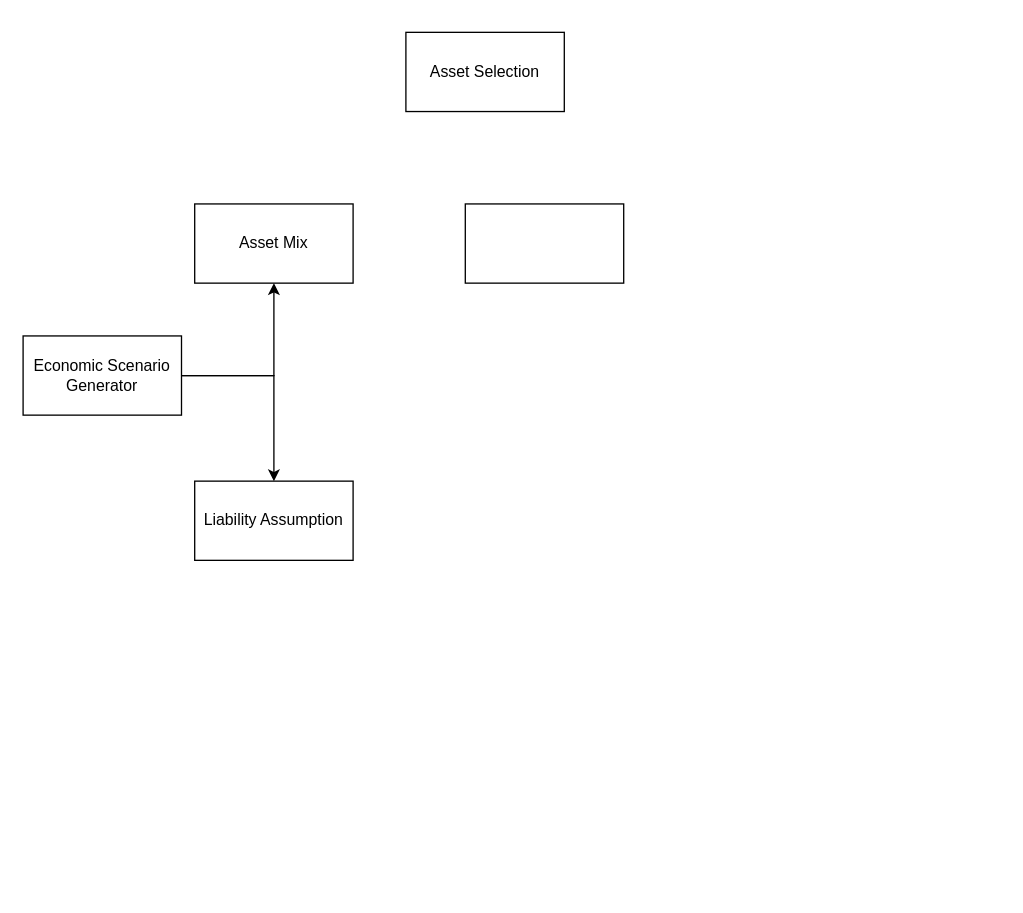
The draw.io diagram ALM_AssetAllocation.drawio in cshen28/reinforcement-learning-an-introduction, before the edit. Source tidied: cells renumbered, new cells numbered last; positions are measured from the earlier drawing's top-left corner, leaving out a move shared by most shapes. Both pictures are drawn from the tidied source at 132%, with x=0, y=0 at pixel (22, 32).
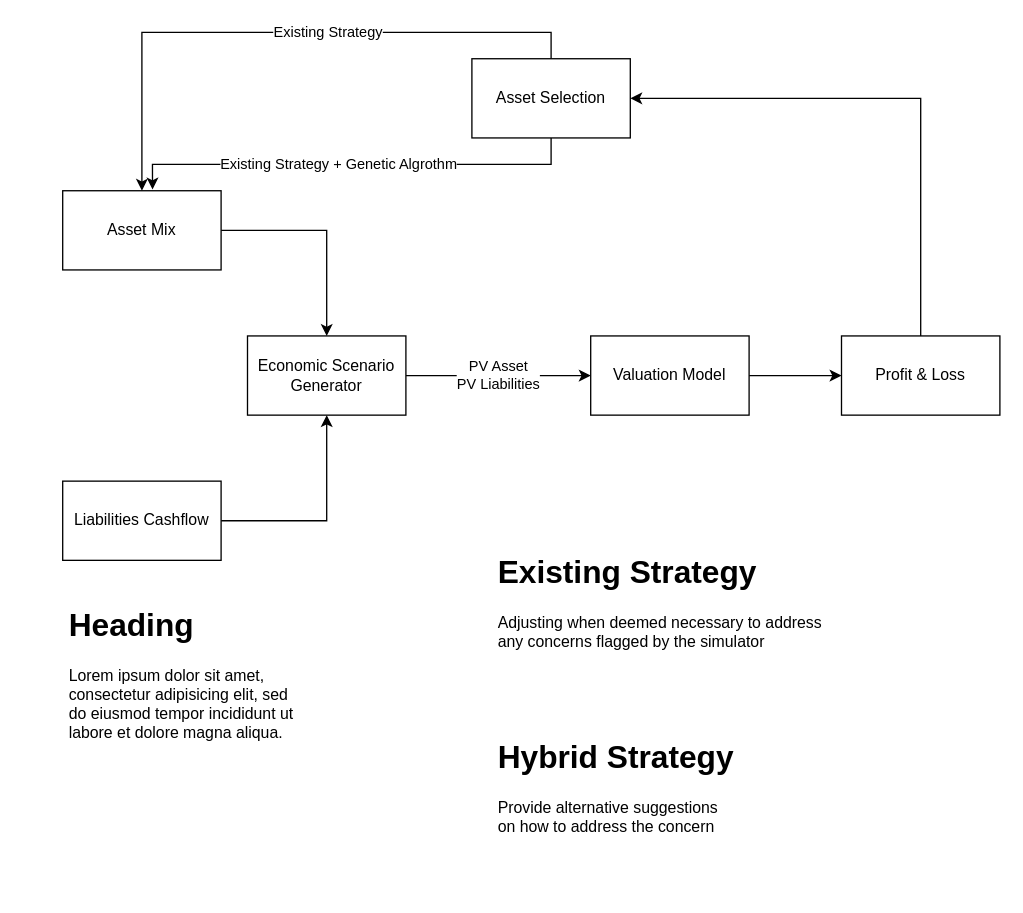
The same page after the edit.

What changed in the source:
```diff
@@
-    <mxCell id="2" style="edgeStyle=orthogonalEdgeStyle;rounded=0;jettySize=auto;html=1;" parent="1" edge="1" source="4" target="6">
-      <mxGeometry relative="1" as="geometry" />
-    </mxCell>
-    <mxCell id="3" style="edgeStyle=orthogonalEdgeStyle;rounded=0;jettySize=auto;html=1;" parent="1" edge="1" source="4" target="5">
-      <mxGeometry relative="1" as="geometry" />
-    </mxCell>
+    <mxCell id="9" value="PV Asset&lt;br&gt;PV Liabilities" style="edgeStyle=orthogonalEdgeStyle;rounded=0;jettySize=auto;html=1;" parent="1" edge="1" source="4" target="8">
+      <mxGeometry relative="1" as="geometry" />
+    </mxCell>
     <mxCell id="4" value="Economic Scenario Generator" style="rounded=0;whiteSpace=wrap;html=1;" parent="1" vertex="1">
-      <mxGeometry y="230" width="120" height="60" as="geometry" />
+      <mxGeometry x="170" y="230" width="120" height="60" as="geometry" />
     </mxCell>
+    <mxCell id="10" style="edgeStyle=orthogonalEdgeStyle;rounded=0;jettySize=auto;html=1;entryX=0.5;entryY=1;entryDx=0;entryDy=0;" parent="1" edge="1" source="5" target="4">
+      <mxGeometry relative="1" as="geometry" />
+    </mxCell>
-    <mxCell id="5" value="Liability Assumption" style="rounded=0;whiteSpace=wrap;html=1;" parent="1" vertex="1">
-      <mxGeometry x="130" y="340" width="120" height="60" as="geometry" />
+    <mxCell id="5" value="Liabilities Cashflow" style="rounded=0;whiteSpace=wrap;html=1;" parent="1" vertex="1">
+      <mxGeometry x="30" y="340" width="120" height="60" as="geometry" />
     </mxCell>
+    <mxCell id="11" style="edgeStyle=orthogonalEdgeStyle;rounded=0;jettySize=auto;html=1;entryX=0.5;entryY=0;entryDx=0;entryDy=0;" parent="1" edge="1" source="6" target="4">
+      <mxGeometry relative="1" as="geometry" />
+    </mxCell>
     <mxCell id="6" value="Asset Mix" style="rounded=0;whiteSpace=wrap;html=1;" parent="1" vertex="1">
-      <mxGeometry x="130" y="130" width="120" height="60" as="geometry" />
+      <mxGeometry x="30" y="120" width="120" height="60" as="geometry" />
     </mxCell>
+    <mxCell id="12" value="Existing Strategy" style="edgeStyle=orthogonalEdgeStyle;rounded=0;jettySize=auto;html=1;entryX=0.5;entryY=0;entryDx=0;entryDy=0;" parent="1" edge="1" source="7" target="6">
+      <mxGeometry x="-0.16" relative="1" as="geometry">
+        <Array as="points">
+          <mxPoint x="400" />
+          <mxPoint x="90" />
+        </Array>
+      </mxGeometry>
+    </mxCell>
+    <mxCell id="13" value="Existing Strategy + Genetic Algrothm" style="edgeStyle=orthogonalEdgeStyle;rounded=0;jettySize=auto;html=1;entryX=0.567;entryY=-0.017;entryDx=0;entryDy=0;entryPerimeter=0;exitX=0.5;exitY=1;exitDx=0;exitDy=0;" parent="1" edge="1" source="7" target="6">
+      <mxGeometry x="0.06" relative="1" as="geometry" />
+    </mxCell>
     <mxCell id="7" value="Asset Selection" style="rounded=0;whiteSpace=wrap;html=1;" parent="1" vertex="1">
-      <mxGeometry x="290" width="120" height="60" as="geometry" />
+      <mxGeometry x="340" y="20" width="120" height="60" as="geometry" />
     </mxCell>
+    <mxCell id="14" style="edgeStyle=orthogonalEdgeStyle;rounded=0;jettySize=auto;html=1;entryX=0;entryY=0.5;entryDx=0;entryDy=0;" parent="1" edge="1" source="8" target="17">
+      <mxGeometry relative="1" as="geometry" />
+    </mxCell>
-    <mxCell id="8" style="rounded=0;whiteSpace=wrap;html=1;" parent="1" vertex="1">
-      <mxGeometry x="335" y="130" width="120" height="60" as="geometry" />
+    <mxCell id="8" value="Valuation Model" style="rounded=0;whiteSpace=wrap;html=1;" parent="1" vertex="1">
+      <mxGeometry x="430" y="230" width="120" height="60" as="geometry" />
     </mxCell>
+    <mxCell id="15" style="edgeStyle=orthogonalEdgeStyle;rounded=0;orthogonalLoop=1;jettySize=auto;html=1;" parent="1" edge="1">
+      <mxGeometry relative="1" as="geometry">
+        <mxPoint x="645" y="252" as="sourcePoint" />
+      </mxGeometry>
+    </mxCell>
+    <mxCell id="16" style="edgeStyle=orthogonalEdgeStyle;rounded=0;jettySize=auto;html=1;entryX=1;entryY=0.5;entryDx=0;entryDy=0;" parent="1" edge="1" source="17" target="7">
+      <mxGeometry relative="1" as="geometry">
+        <Array as="points">
+          <mxPoint x="680" y="50" />
+        </Array>
+      </mxGeometry>
+    </mxCell>
+    <mxCell id="17" value="Profit &amp;amp; Loss" style="rounded=0;whiteSpace=wrap;html=1;" parent="1" vertex="1">
+      <mxGeometry x="620" y="230" width="120" height="60" as="geometry" />
+    </mxCell>
+    <mxCell id="18" value="&lt;h1&gt;Existing Strategy&lt;/h1&gt;&lt;p&gt;Adjusting when deemed necessary to address any concerns flagged by the simulator&lt;/p&gt;" style="text;html=1;strokeColor=none;fillColor=none;spacing=5;spacingTop=-20;whiteSpace=wrap;overflow=hidden;rounded=0;" parent="1" vertex="1">
+      <mxGeometry x="355" y="390" width="270" height="120" as="geometry" />
+    </mxCell>
+    <mxCell id="19" value="&lt;h1&gt;Hybrid Strategy&lt;/h1&gt;&lt;p&gt;Provide alternative suggestions on how to address the concern&lt;/p&gt;" style="text;html=1;strokeColor=none;fillColor=none;spacing=5;spacingTop=-20;whiteSpace=wrap;overflow=hidden;rounded=0;" parent="1" vertex="1">
+      <mxGeometry x="355" y="530" width="190" height="120" as="geometry" />
+    </mxCell>
+    <mxCell id="20" value="&lt;h1&gt;Heading&lt;/h1&gt;&lt;p&gt;Lorem ipsum dolor sit amet, consectetur adipisicing elit, sed do eiusmod tempor incididunt ut labore et dolore magna aliqua.&lt;/p&gt;" style="text;html=1;strokeColor=none;fillColor=none;spacing=5;spacingTop=-20;whiteSpace=wrap;overflow=hidden;rounded=0;" parent="1" vertex="1">
+      <mxGeometry x="30" y="430" width="190" height="120" as="geometry" />
+    </mxCell>
```
